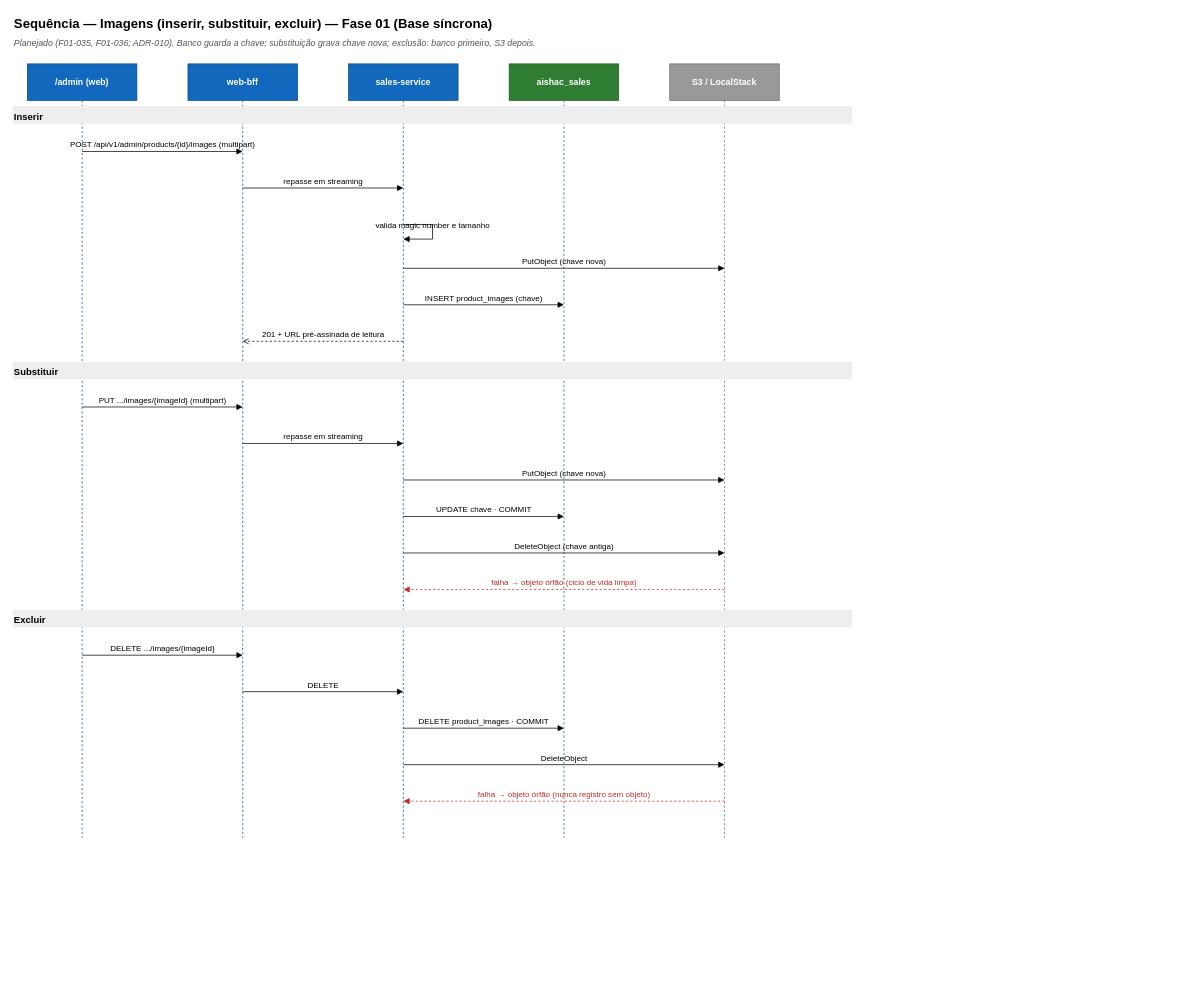
Earlier version of the draw.io diagram page "Sequência — Imagens (inserir, substituir, excluir)" (8 of 14) of docs/evolucao/01-base-sincrona/aishac-shop.drawio (antonioishac/aishac-shop). Source tidied: cells renumbered, new cells numbered last; positions are measured from the earlier drawing's top-left corner, leaving out a move shared by most shapes. Both pictures are drawn from the tidied source at 73%, with x=0, y=0 at pixel (12, 12).
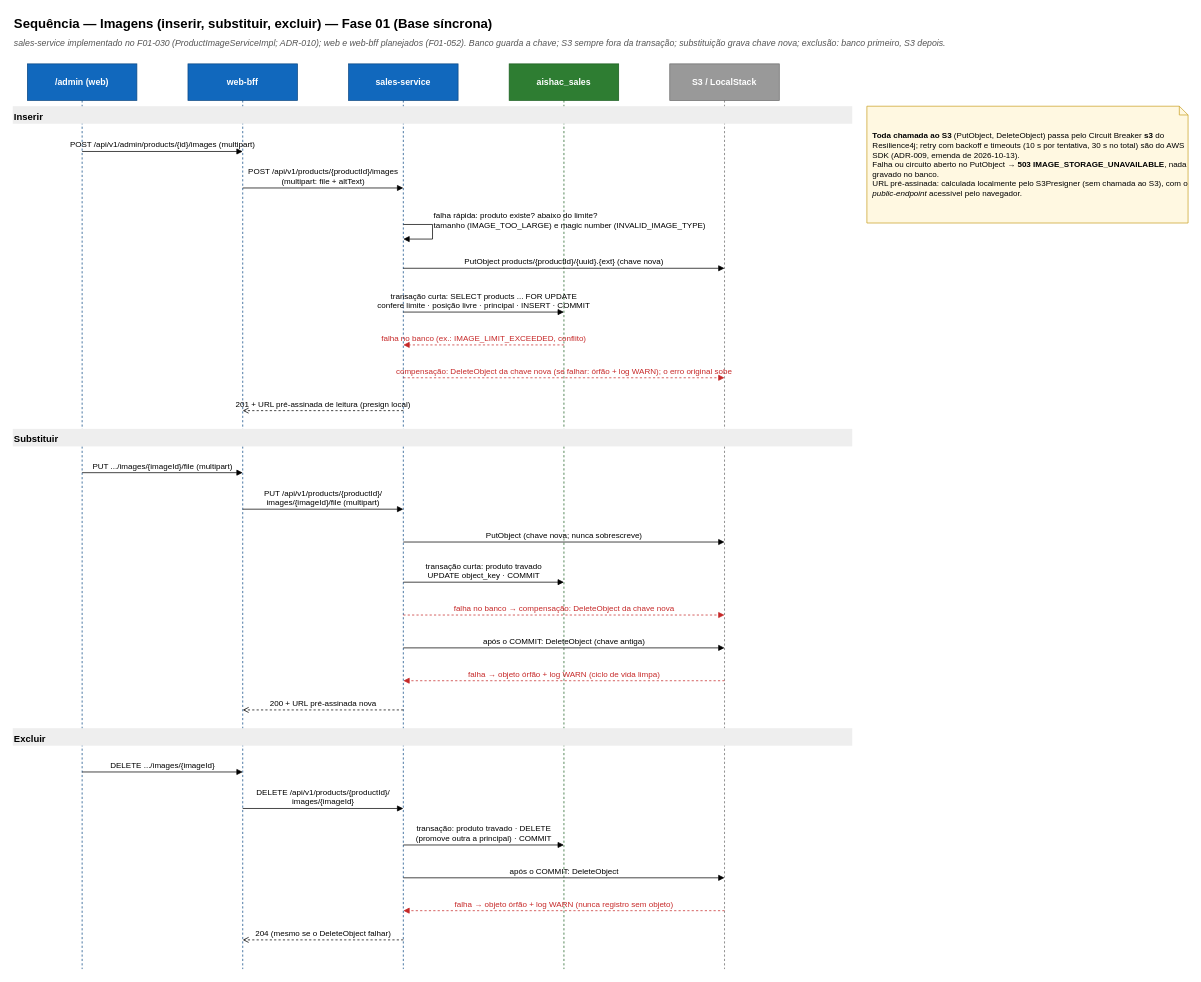
The same page after the edit.

Change to the diagram source:
```diff
@@
-    <mxCell id="3" value="Planejado (F01-035, F01-036; ADR-010). Banco guarda a chave; substituição grava chave nova; exclusão: banco primeiro, S3 depois." style="text;html=1;fontSize=12;fontStyle=2;align=left;verticalAlign=middle;fontColor=#555555;" parent="1" vertex="1">
-      <mxGeometry y="30" width="1100" height="24" as="geometry" />
+    <mxCell id="3" value="sales-service implementado no F01-030 (ProductImageServiceImpl; ADR-010); web e web-bff planejados (F01-052). Banco guarda a chave; S3 sempre fora da transação; substituição grava chave nova; exclusão: banco primeiro, S3 depois." style="text;html=1;fontSize=12;fontStyle=2;align=left;verticalAlign=middle;fontColor=#555555;" parent="1" vertex="1">
+      <mxGeometry y="30" width="1300" height="24" as="geometry" />
     </mxCell>
     <mxCell id="4" value="/admin (web)" style="shape=umlLifeline;perimeter=lifelinePerimeter;whiteSpace=wrap;html=1;size=50;fontStyle=1;fillColor=#1168BD;fontColor=#ffffff;strokeColor=#0B4884;" parent="1" vertex="1">
-      <mxGeometry x="20" y="70" width="150" height="1060" as="geometry" />
+      <mxGeometry x="20" y="70" width="150" height="1240" as="geometry" />
     </mxCell>
     <mxCell id="5" value="web-bff" style="shape=umlLifeline;perimeter=lifelinePerimeter;whiteSpace=wrap;html=1;size=50;fontStyle=1;fillColor=#1168BD;fontColor=#ffffff;strokeColor=#0B4884;" parent="1" vertex="1">
-      <mxGeometry x="240" y="70" width="150" height="1060" as="geometry" />
+      <mxGeometry x="240" y="70" width="150" height="1240" as="geometry" />
     </mxCell>
     <mxCell id="6" value="sales-service" style="shape=umlLifeline;perimeter=lifelinePerimeter;whiteSpace=wrap;html=1;size=50;fontStyle=1;fillColor=#1168BD;fontColor=#ffffff;strokeColor=#0B4884;" parent="1" vertex="1">
-      <mxGeometry x="460" y="70" width="150" height="1060" as="geometry" />
+      <mxGeometry x="460" y="70" width="150" height="1240" as="geometry" />
     </mxCell>
     <mxCell id="7" value="aishac_sales" style="shape=umlLifeline;perimeter=lifelinePerimeter;whiteSpace=wrap;html=1;size=50;fontStyle=1;fillColor=#2E7D32;fontColor=#ffffff;strokeColor=#1B5E20;" parent="1" vertex="1">
-      <mxGeometry x="680" y="70" width="150" height="1060" as="geometry" />
+      <mxGeometry x="680" y="70" width="150" height="1240" as="geometry" />
     </mxCell>
     <mxCell id="8" value="S3 / LocalStack" style="shape=umlLifeline;perimeter=lifelinePerimeter;whiteSpace=wrap;html=1;size=50;fontStyle=1;fillColor=#999999;fontColor=#ffffff;strokeColor=#6B6B6B;" parent="1" vertex="1">
-      <mxGeometry x="900" y="70" width="150" height="1060" as="geometry" />
+      <mxGeometry x="900" y="70" width="150" height="1240" as="geometry" />
     </mxCell>
+    <mxCell id="29" value="&lt;b&gt;Toda chamada ao S3&lt;/b&gt; (PutObject, DeleteObject) passa pelo Circuit Breaker &lt;b&gt;s3&lt;/b&gt; do Resilience4j; retry com backoff e timeouts (10 s por tentativa, 30 s no total) são do AWS SDK (ADR-009, emenda de 2026-10-13).&lt;br&gt;Falha ou circuito aberto no PutObject → &lt;b&gt;503 IMAGE_STORAGE_UNAVAILABLE&lt;/b&gt;, nada gravado no banco.&lt;br&gt;URL pré-assinada: calculada localmente pelo S3Presigner (sem chamada ao S3), com o &lt;i&gt;public-endpoint&lt;/i&gt; acessível pelo navegador." style="shape=note;whiteSpace=wrap;html=1;size=12;fillColor=#FFF8E1;strokeColor=#C9A227;fontSize=11;align=left;spacingLeft=6;" parent="1" vertex="1">
+      <mxGeometry x="1170" y="128" width="440" height="160" as="geometry" />
+    </mxCell>
@@
-    <mxCell id="11" value="repasse em streaming" style="endArrow=block;endFill=1;html=1;rounded=0;fontSize=11;verticalAlign=bottom;labelBackgroundColor=none;" parent="1" edge="1">
+    <mxCell id="11" value="POST /api/v1/products/{productId}/images&lt;br&gt;(multipart: file + altText)" style="endArrow=block;endFill=1;html=1;rounded=0;fontSize=11;verticalAlign=bottom;labelBackgroundColor=none;" parent="1" edge="1">
       <mxGeometry relative="1" as="geometry">
         <mxPoint x="315" y="240" as="sourcePoint" />
         <mxPoint x="535" y="240" as="targetPoint" />
       </mxGeometry>
     </mxCell>
-    <mxCell id="12" value="valida magic number e tamanho" style="endArrow=block;endFill=1;html=1;rounded=0;fontSize=11;verticalAlign=bottom;labelBackgroundColor=none;" parent="1" edge="1">
+    <mxCell id="12" value="falha rápida: produto existe? abaixo do limite?&lt;br&gt;tamanho (IMAGE_TOO_LARGE) e magic number (INVALID_IMAGE_TYPE)" style="endArrow=block;endFill=1;html=1;rounded=0;fontSize=11;verticalAlign=bottom;labelBackgroundColor=none;align=left;" parent="1" edge="1">
       <mxGeometry relative="1" as="geometry">
         <mxPoint x="535" y="290" as="sourcePoint" />
         <mxPoint x="535" y="310" as="targetPoint" />
         <Array as="points">
           <mxPoint x="575" y="290" />
           <mxPoint x="575" y="310" />
         </Array>
       </mxGeometry>
     </mxCell>
-    <mxCell id="13" value="PutObject (chave nova)" style="endArrow=block;endFill=1;html=1;rounded=0;fontSize=11;verticalAlign=bottom;labelBackgroundColor=none;" parent="1" edge="1">
+    <mxCell id="13" value="PutObject products/{productId}/{uuid}.{ext} (chave nova)" style="endArrow=block;endFill=1;html=1;rounded=0;fontSize=11;verticalAlign=bottom;labelBackgroundColor=none;" parent="1" edge="1">
       <mxGeometry relative="1" as="geometry">
         <mxPoint x="535" y="350" as="sourcePoint" />
         <mxPoint x="975" y="350" as="targetPoint" />
       </mxGeometry>
     </mxCell>
-    <mxCell id="14" value="INSERT product_images (chave)" style="endArrow=block;endFill=1;html=1;rounded=0;fontSize=11;verticalAlign=bottom;labelBackgroundColor=none;" parent="1" edge="1">
+    <mxCell id="14" value="transação curta: SELECT products ... FOR UPDATE&lt;br&gt;confere limite · posição livre · principal · INSERT · COMMIT" style="endArrow=block;endFill=1;html=1;rounded=0;fontSize=11;verticalAlign=bottom;labelBackgroundColor=none;" parent="1" edge="1">
       <mxGeometry relative="1" as="geometry">
-        <mxPoint x="535" y="400" as="sourcePoint" />
-        <mxPoint x="755" y="400" as="targetPoint" />
+        <mxPoint x="535" y="410" as="sourcePoint" />
+        <mxPoint x="755" y="410" as="targetPoint" />
       </mxGeometry>
     </mxCell>
+    <mxCell id="30" value="falha no banco (ex.: IMAGE_LIMIT_EXCEEDED, conflito)" style="endArrow=block;endFill=1;html=1;rounded=0;fontSize=11;dashed=1;strokeColor=#C62828;fontColor=#C62828;verticalAlign=bottom;labelBackgroundColor=none;" parent="1" edge="1">
+      <mxGeometry relative="1" as="geometry">
+        <mxPoint x="755" y="455" as="sourcePoint" />
+        <mxPoint x="535" y="455" as="targetPoint" />
+      </mxGeometry>
+    </mxCell>
+    <mxCell id="31" value="compensação: DeleteObject da chave nova (se falhar: órfão + log WARN); o erro original sobe" style="endArrow=block;endFill=1;html=1;rounded=0;fontSize=11;dashed=1;strokeColor=#C62828;fontColor=#C62828;verticalAlign=bottom;labelBackgroundColor=none;" parent="1" edge="1">
+      <mxGeometry relative="1" as="geometry">
+        <mxPoint x="535" y="500" as="sourcePoint" />
+        <mxPoint x="975" y="500" as="targetPoint" />
+      </mxGeometry>
+    </mxCell>
-    <mxCell id="15" value="201 + URL pré-assinada de leitura" style="endArrow=open;endFill=0;html=1;rounded=0;dashed=1;fontSize=11;verticalAlign=bottom;labelBackgroundColor=none;" parent="1" edge="1">
+    <mxCell id="15" value="201 + URL pré-assinada de leitura (presign local)" style="endArrow=open;endFill=0;html=1;rounded=0;dashed=1;fontSize=11;verticalAlign=bottom;labelBackgroundColor=none;" parent="1" edge="1">
       <mxGeometry relative="1" as="geometry">
-        <mxPoint x="535" y="450" as="sourcePoint" />
-        <mxPoint x="315" y="450" as="targetPoint" />
+        <mxPoint x="535" y="545" as="sourcePoint" />
+        <mxPoint x="315" y="545" as="targetPoint" />
       </mxGeometry>
     </mxCell>
     <mxCell id="16" value="Substituir" style="text;html=1;fontStyle=1;fontSize=13;align=left;fillColor=#EEEEEE;" parent="1" vertex="1">
-      <mxGeometry y="478" width="1150" height="24" as="geometry" />
+      <mxGeometry y="570" width="1150" height="24" as="geometry" />
     </mxCell>
-    <mxCell id="17" value="PUT .../images/{imageId} (multipart)" style="endArrow=block;endFill=1;html=1;rounded=0;fontSize=11;verticalAlign=bottom;labelBackgroundColor=none;" parent="1" edge="1">
+    <mxCell id="17" value="PUT .../images/{imageId}/file (multipart)" style="endArrow=block;endFill=1;html=1;rounded=0;fontSize=11;verticalAlign=bottom;labelBackgroundColor=none;" parent="1" edge="1">
       <mxGeometry relative="1" as="geometry">
-        <mxPoint x="95" y="540" as="sourcePoint" />
-        <mxPoint x="315" y="540" as="targetPoint" />
+        <mxPoint x="95" y="630" as="sourcePoint" />
+        <mxPoint x="315" y="630" as="targetPoint" />
       </mxGeometry>
     </mxCell>
-    <mxCell id="18" value="repasse em streaming" style="endArrow=block;endFill=1;html=1;rounded=0;fontSize=11;verticalAlign=bottom;labelBackgroundColor=none;" parent="1" edge="1">
+    <mxCell id="18" value="PUT /api/v1/products/{productId}/&lt;br&gt;images/{imageId}/file (multipart)" style="endArrow=block;endFill=1;html=1;rounded=0;fontSize=11;verticalAlign=bottom;labelBackgroundColor=none;" parent="1" edge="1">
       <mxGeometry relative="1" as="geometry">
-        <mxPoint x="315" y="590" as="sourcePoint" />
-        <mxPoint x="535" y="590" as="targetPoint" />
+        <mxPoint x="315" y="680" as="sourcePoint" />
+        <mxPoint x="535" y="680" as="targetPoint" />
       </mxGeometry>
     </mxCell>
-    <mxCell id="19" value="PutObject (chave nova)" style="endArrow=block;endFill=1;html=1;rounded=0;fontSize=11;verticalAlign=bottom;labelBackgroundColor=none;" parent="1" edge="1">
+    <mxCell id="19" value="PutObject (chave nova; nunca sobrescreve)" style="endArrow=block;endFill=1;html=1;rounded=0;fontSize=11;verticalAlign=bottom;labelBackgroundColor=none;" parent="1" edge="1">
       <mxGeometry relative="1" as="geometry">
-        <mxPoint x="535" y="640" as="sourcePoint" />
-        <mxPoint x="975" y="640" as="targetPoint" />
+        <mxPoint x="535" y="725" as="sourcePoint" />
+        <mxPoint x="975" y="725" as="targetPoint" />
       </mxGeometry>
     </mxCell>
-    <mxCell id="20" value="UPDATE chave · COMMIT" style="endArrow=block;endFill=1;html=1;rounded=0;fontSize=11;verticalAlign=bottom;labelBackgroundColor=none;" parent="1" edge="1">
+    <mxCell id="20" value="transação curta: produto travado&lt;br&gt;UPDATE object_key · COMMIT" style="endArrow=block;endFill=1;html=1;rounded=0;fontSize=11;verticalAlign=bottom;labelBackgroundColor=none;" parent="1" edge="1">
       <mxGeometry relative="1" as="geometry">
-        <mxPoint x="535" y="690" as="sourcePoint" />
-        <mxPoint x="755" y="690" as="targetPoint" />
+        <mxPoint x="535" y="780" as="sourcePoint" />
+        <mxPoint x="755" y="780" as="targetPoint" />
       </mxGeometry>
     </mxCell>
+    <mxCell id="32" value="falha no banco → compensação: DeleteObject da chave nova" style="endArrow=block;endFill=1;html=1;rounded=0;fontSize=11;dashed=1;strokeColor=#C62828;fontColor=#C62828;verticalAlign=bottom;labelBackgroundColor=none;" parent="1" edge="1">
+      <mxGeometry relative="1" as="geometry">
+        <mxPoint x="535" y="825" as="sourcePoint" />
+        <mxPoint x="975" y="825" as="targetPoint" />
+      </mxGeometry>
+    </mxCell>
-    <mxCell id="21" value="DeleteObject (chave antiga)" style="endArrow=block;endFill=1;html=1;rounded=0;fontSize=11;verticalAlign=bottom;labelBackgroundColor=none;" parent="1" edge="1">
+    <mxCell id="21" value="após o COMMIT: DeleteObject (chave antiga)" style="endArrow=block;endFill=1;html=1;rounded=0;fontSize=11;verticalAlign=bottom;labelBackgroundColor=none;" parent="1" edge="1">
       <mxGeometry relative="1" as="geometry">
-        <mxPoint x="535" y="740" as="sourcePoint" />
-        <mxPoint x="975" y="740" as="targetPoint" />
+        <mxPoint x="535" y="870" as="sourcePoint" />
+        <mxPoint x="975" y="870" as="targetPoint" />
       </mxGeometry>
     </mxCell>
-    <mxCell id="22" value="falha → objeto órfão (ciclo de vida limpa)" style="endArrow=block;endFill=1;html=1;rounded=0;fontSize=11;dashed=1;strokeColor=#C62828;fontColor=#C62828;verticalAlign=bottom;labelBackgroundColor=none;" parent="1" edge="1">
+    <mxCell id="22" value="falha → objeto órfão + log WARN (ciclo de vida limpa)" style="endArrow=block;endFill=1;html=1;rounded=0;fontSize=11;dashed=1;strokeColor=#C62828;fontColor=#C62828;verticalAlign=bottom;labelBackgroundColor=none;" parent="1" edge="1">
       <mxGeometry relative="1" as="geometry">
-        <mxPoint x="975" y="790" as="sourcePoint" />
-        <mxPoint x="535" y="790" as="targetPoint" />
+        <mxPoint x="975" y="915" as="sourcePoint" />
+        <mxPoint x="535" y="915" as="targetPoint" />
       </mxGeometry>
     </mxCell>
+    <mxCell id="33" value="200 + URL pré-assinada nova" style="endArrow=open;endFill=0;html=1;rounded=0;dashed=1;fontSize=11;verticalAlign=bottom;labelBackgroundColor=none;" parent="1" edge="1">
+      <mxGeometry relative="1" as="geometry">
+        <mxPoint x="535" y="955" as="sourcePoint" />
+        <mxPoint x="315" y="955" as="targetPoint" />
+      </mxGeometry>
+    </mxCell>
     <mxCell id="23" value="Excluir" style="text;html=1;fontStyle=1;fontSize=13;align=left;fillColor=#EEEEEE;" parent="1" vertex="1">
-      <mxGeometry y="818" width="1150" height="24" as="geometry" />
+      <mxGeometry y="980" width="1150" height="24" as="geometry" />
     </mxCell>
     <mxCell id="24" value="DELETE .../images/{imageId}" style="endArrow=block;endFill=1;html=1;rounded=0;fontSize=11;verticalAlign=bottom;labelBackgroundColor=none;" parent="1" edge="1">
       <mxGeometry relative="1" as="geometry">
-        <mxPoint x="95" y="880" as="sourcePoint" />
-        <mxPoint x="315" y="880" as="targetPoint" />
+        <mxPoint x="95" y="1040" as="sourcePoint" />
+        <mxPoint x="315" y="1040" as="targetPoint" />
       </mxGeometry>
     </mxCell>
-    <mxCell id="25" value="DELETE" style="endArrow=block;endFill=1;html=1;rounded=0;fontSize=11;verticalAlign=bottom;labelBackgroundColor=none;" parent="1" edge="1">
+    <mxCell id="25" value="DELETE /api/v1/products/{productId}/&lt;br&gt;images/{imageId}" style="endArrow=block;endFill=1;html=1;rounded=0;fontSize=11;verticalAlign=bottom;labelBackgroundColor=none;" parent="1" edge="1">
       <mxGeometry relative="1" as="geometry">
-        <mxPoint x="315" y="930" as="sourcePoint" />
-        <mxPoint x="535" y="930" as="targetPoint" />
+        <mxPoint x="315" y="1090" as="sourcePoint" />
+        <mxPoint x="535" y="1090" as="targetPoint" />
       </mxGeometry>
     </mxCell>
-    <mxCell id="26" value="DELETE product_images · COMMIT" style="endArrow=block;endFill=1;html=1;rounded=0;fontSize=11;verticalAlign=bottom;labelBackgroundColor=none;" parent="1" edge="1">
+    <mxCell id="26" value="transação: produto travado · DELETE&lt;br&gt;(promove outra a principal) · COMMIT" style="endArrow=block;endFill=1;html=1;rounded=0;fontSize=11;verticalAlign=bottom;labelBackgroundColor=none;" parent="1" edge="1">
       <mxGeometry relative="1" as="geometry">
-        <mxPoint x="535" y="980" as="sourcePoint" />
-        <mxPoint x="755" y="980" as="targetPoint" />
+        <mxPoint x="535" y="1140" as="sourcePoint" />
+        <mxPoint x="755" y="1140" as="targetPoint" />
       </mxGeometry>
     </mxCell>
-    <mxCell id="27" value="DeleteObject" style="endArrow=block;endFill=1;html=1;rounded=0;fontSize=11;verticalAlign=bottom;labelBackgroundColor=none;" parent="1" edge="1">
+    <mxCell id="27" value="após o COMMIT: DeleteObject" style="endArrow=block;endFill=1;html=1;rounded=0;fontSize=11;verticalAlign=bottom;labelBackgroundColor=none;" parent="1" edge="1">
       <mxGeometry relative="1" as="geometry">
-        <mxPoint x="535" y="1030" as="sourcePoint" />
-        <mxPoint x="975" y="1030" as="targetPoint" />
+        <mxPoint x="535" y="1185" as="sourcePoint" />
+        <mxPoint x="975" y="1185" as="targetPoint" />
       </mxGeometry>
     </mxCell>
-    <mxCell id="28" value="falha → objeto órfão (nunca registro sem objeto)" style="endArrow=block;endFill=1;html=1;rounded=0;fontSize=11;dashed=1;strokeColor=#C62828;fontColor=#C62828;verticalAlign=bottom;labelBackgroundColor=none;" parent="1" edge="1">
+    <mxCell id="28" value="falha → objeto órfão + log WARN (nunca registro sem objeto)" style="endArrow=block;endFill=1;html=1;rounded=0;fontSize=11;dashed=1;strokeColor=#C62828;fontColor=#C62828;verticalAlign=bottom;labelBackgroundColor=none;" parent="1" edge="1">
       <mxGeometry relative="1" as="geometry">
-        <mxPoint x="975" y="1080" as="sourcePoint" />
-        <mxPoint x="535" y="1080" as="targetPoint" />
+        <mxPoint x="975" y="1230" as="sourcePoint" />
+        <mxPoint x="535" y="1230" as="targetPoint" />
       </mxGeometry>
     </mxCell>
+    <mxCell id="34" value="204 (mesmo se o DeleteObject falhar)" style="endArrow=open;endFill=0;html=1;rounded=0;dashed=1;fontSize=11;verticalAlign=bottom;labelBackgroundColor=none;" parent="1" edge="1">
+      <mxGeometry relative="1" as="geometry">
+        <mxPoint x="535" y="1270" as="sourcePoint" />
+        <mxPoint x="315" y="1270" as="targetPoint" />
+      </mxGeometry>
+    </mxCell>
```
